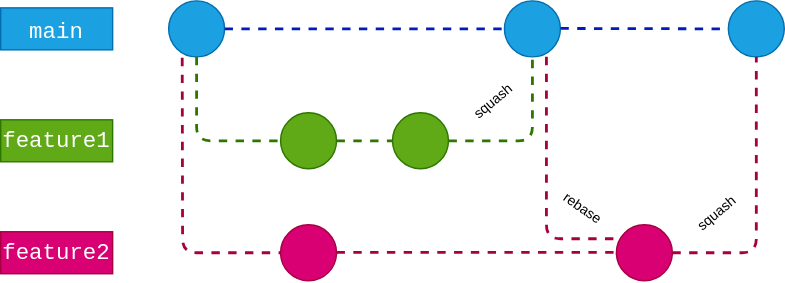
Above: src/img/feature_branches.drawio.svg in heliconialabs/abapgit-flow (draw.io), before the change. Source tidied: cells renumbered, new cells last; positions are measured from the earlier drawing's top-left corner, leaving out a move shared by most shapes.
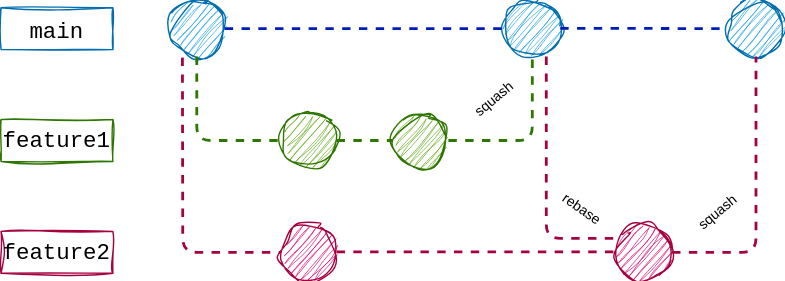
The same file after the commit.

Diff of the diagram source:
```diff
@@ -2,19 +2,19 @@
   <root>
     <mxCell id="0" />
     <mxCell id="1" parent="0" />
-    <mxCell id="2" style="ellipse;whiteSpace=wrap;html=1;hachureGap=4;fontFamily=Architects Daughter;fontSource=https%3A%2F%2Ffonts.googleapis.com%2Fcss%3Ffamily%3DArchitects%2BDaughter;fontSize=20;fillColor=#1ba1e2;fontColor=#ffffff;strokeColor=#006EAF;" parent="1" vertex="1">
+    <mxCell id="2" style="ellipse;whiteSpace=wrap;html=1;hachureGap=4;fontFamily=Architects Daughter;fontSource=https%3A%2F%2Ffonts.googleapis.com%2Fcss%3Ffamily%3DArchitects%2BDaughter;fontSize=20;fillColor=#1ba1e2;fontColor=#ffffff;strokeColor=#006EAF;sketch=1;curveFitting=1;jiggle=2;" parent="1" vertex="1">
       <mxGeometry x="120" width="40" height="40" as="geometry" />
     </mxCell>
-    <mxCell id="3" style="ellipse;whiteSpace=wrap;html=1;hachureGap=4;fontFamily=Architects Daughter;fontSource=https%3A%2F%2Ffonts.googleapis.com%2Fcss%3Ffamily%3DArchitects%2BDaughter;fontSize=20;fillColor=#1ba1e2;fontColor=#ffffff;strokeColor=#006EAF;" parent="1" vertex="1">
+    <mxCell id="3" style="ellipse;whiteSpace=wrap;html=1;hachureGap=4;fontFamily=Architects Daughter;fontSource=https%3A%2F%2Ffonts.googleapis.com%2Fcss%3Ffamily%3DArchitects%2BDaughter;fontSize=20;fillColor=#1ba1e2;fontColor=#ffffff;strokeColor=#006EAF;sketch=1;curveFitting=1;jiggle=2;" parent="1" vertex="1">
       <mxGeometry x="360" width="40" height="40" as="geometry" />
     </mxCell>
-    <mxCell id="4" value="&lt;font style=&quot;font-size: 16px;&quot; face=&quot;Courier New&quot;&gt;main&lt;/font&gt;" style="rounded=0;whiteSpace=wrap;html=1;sketch=0;hachureGap=4;jiggle=2;curveFitting=1;fontFamily=Architects Daughter;fontSource=https%3A%2F%2Ffonts.googleapis.com%2Fcss%3Ffamily%3DArchitects%2BDaughter;fontSize=20;fillColor=#1ba1e2;fontColor=#ffffff;strokeColor=#006EAF;" parent="1" vertex="1">
+    <mxCell id="4" value="&lt;font style=&quot;font-size: 16px;&quot; face=&quot;Courier New&quot;&gt;main&lt;/font&gt;" style="rounded=0;whiteSpace=wrap;html=1;sketch=1;hachureGap=4;jiggle=2;curveFitting=1;fontFamily=Architects Daughter;fontSource=https%3A%2F%2Ffonts.googleapis.com%2Fcss%3Ffamily%3DArchitects%2BDaughter;fontSize=20;fillColor=none;fontColor=#000000;strokeColor=#006EAF;" parent="1" vertex="1">
       <mxGeometry y="5" width="80" height="30" as="geometry" />
     </mxCell>
-    <mxCell id="5" style="ellipse;whiteSpace=wrap;html=1;hachureGap=4;fontFamily=Architects Daughter;fontSource=https%3A%2F%2Ffonts.googleapis.com%2Fcss%3Ffamily%3DArchitects%2BDaughter;fontSize=20;fillColor=#60a917;fontColor=#ffffff;strokeColor=#2D7600;" parent="1" vertex="1">
+    <mxCell id="5" style="ellipse;whiteSpace=wrap;html=1;hachureGap=4;fontFamily=Architects Daughter;fontSource=https%3A%2F%2Ffonts.googleapis.com%2Fcss%3Ffamily%3DArchitects%2BDaughter;fontSize=20;fillColor=#60a917;fontColor=#ffffff;strokeColor=#2D7600;sketch=1;curveFitting=1;jiggle=2;" parent="1" vertex="1">
       <mxGeometry x="200" y="80" width="40" height="40" as="geometry" />
     </mxCell>
-    <mxCell id="6" style="ellipse;whiteSpace=wrap;html=1;hachureGap=4;fontFamily=Architects Daughter;fontSource=https%3A%2F%2Ffonts.googleapis.com%2Fcss%3Ffamily%3DArchitects%2BDaughter;fontSize=20;fillColor=#60a917;fontColor=#ffffff;strokeColor=#2D7600;" parent="1" vertex="1">
+    <mxCell id="6" style="ellipse;whiteSpace=wrap;html=1;hachureGap=4;fontFamily=Architects Daughter;fontSource=https%3A%2F%2Ffonts.googleapis.com%2Fcss%3Ffamily%3DArchitects%2BDaughter;fontSize=20;fillColor=#60a917;fontColor=#ffffff;strokeColor=#2D7600;sketch=1;curveFitting=1;jiggle=2;" parent="1" vertex="1">
       <mxGeometry x="280" y="80" width="40" height="40" as="geometry" />
     </mxCell>
     <mxCell id="7" style="endArrow=none;dashed=1;html=1;strokeWidth=2;sketch=0;hachureGap=4;jiggle=2;curveFitting=1;fontFamily=Courier New;fontSize=16;exitX=0.5;exitY=1;exitDx=0;exitDy=0;entryX=0;entryY=0.5;entryDx=0;entryDy=0;fillColor=#60a917;strokeColor=#2D7600;" parent="1" edge="1" source="2" target="5">
@@ -42,13 +42,13 @@
         <mxPoint x="-29" y="7" as="offset" />
       </mxGeometry>
     </mxCell>
-    <mxCell id="12" value="&lt;font face=&quot;Courier New&quot; style=&quot;font-size: 16px;&quot;&gt;feature1&lt;/font&gt;" style="rounded=0;whiteSpace=wrap;html=1;sketch=0;hachureGap=4;jiggle=2;curveFitting=1;fontFamily=Architects Daughter;fontSource=https%3A%2F%2Ffonts.googleapis.com%2Fcss%3Ffamily%3DArchitects%2BDaughter;fontSize=16;fillColor=#60a917;fontColor=#ffffff;strokeColor=#2D7600;" parent="1" vertex="1">
+    <mxCell id="12" value="&lt;font face=&quot;Courier New&quot; style=&quot;font-size: 16px;&quot;&gt;feature1&lt;/font&gt;" style="rounded=0;whiteSpace=wrap;html=1;sketch=1;hachureGap=4;jiggle=2;curveFitting=1;fontFamily=Architects Daughter;fontSource=https%3A%2F%2Ffonts.googleapis.com%2Fcss%3Ffamily%3DArchitects%2BDaughter;fontSize=16;fillColor=none;fontColor=#000000;strokeColor=#2D7600;" parent="1" vertex="1">
       <mxGeometry y="85" width="80" height="30" as="geometry" />
     </mxCell>
-    <mxCell id="13" value="&lt;font face=&quot;Courier New&quot; style=&quot;font-size: 16px;&quot;&gt;feature2&lt;/font&gt;" style="rounded=0;whiteSpace=wrap;html=1;sketch=0;hachureGap=4;jiggle=2;curveFitting=1;fontFamily=Architects Daughter;fontSource=https%3A%2F%2Ffonts.googleapis.com%2Fcss%3Ffamily%3DArchitects%2BDaughter;fontSize=16;fillColor=#d80073;fontColor=#ffffff;strokeColor=#A50040;" parent="1" vertex="1">
+    <mxCell id="13" value="&lt;font face=&quot;Courier New&quot; style=&quot;font-size: 16px;&quot;&gt;feature2&lt;/font&gt;" style="rounded=0;whiteSpace=wrap;html=1;sketch=1;hachureGap=4;jiggle=2;curveFitting=1;fontFamily=Architects Daughter;fontSource=https%3A%2F%2Ffonts.googleapis.com%2Fcss%3Ffamily%3DArchitects%2BDaughter;fontSize=16;fillColor=none;fontColor=#000000;strokeColor=#A50040;" parent="1" vertex="1">
       <mxGeometry y="165" width="80" height="30" as="geometry" />
     </mxCell>
-    <mxCell id="14" style="ellipse;whiteSpace=wrap;html=1;hachureGap=4;fontFamily=Architects Daughter;fontSource=https%3A%2F%2Ffonts.googleapis.com%2Fcss%3Ffamily%3DArchitects%2BDaughter;fontSize=20;fillColor=#d80073;fontColor=#ffffff;strokeColor=#A50040;" parent="1" vertex="1">
+    <mxCell id="14" style="ellipse;whiteSpace=wrap;html=1;hachureGap=4;fontFamily=Architects Daughter;fontSource=https%3A%2F%2Ffonts.googleapis.com%2Fcss%3Ffamily%3DArchitects%2BDaughter;fontSize=20;fillColor=#d80073;fontColor=#ffffff;strokeColor=#A50040;sketch=1;curveFitting=1;jiggle=2;" parent="1" vertex="1">
       <mxGeometry x="200" y="160" width="40" height="40" as="geometry" />
     </mxCell>
     <mxCell id="15" style="endArrow=none;dashed=1;html=1;strokeWidth=2;sketch=0;hachureGap=4;jiggle=2;curveFitting=1;fontFamily=Courier New;fontSize=16;exitX=0.243;exitY=1.018;exitDx=0;exitDy=0;entryX=0;entryY=0.5;entryDx=0;entryDy=0;fillColor=#d80073;strokeColor=#A50040;exitPerimeter=0;" parent="1" edge="1" source="2">
@@ -59,7 +59,7 @@
         </Array>
       </mxGeometry>
     </mxCell>
-    <mxCell id="16" style="ellipse;whiteSpace=wrap;html=1;hachureGap=4;fontFamily=Architects Daughter;fontSource=https%3A%2F%2Ffonts.googleapis.com%2Fcss%3Ffamily%3DArchitects%2BDaughter;fontSize=20;fillColor=#d80073;fontColor=#ffffff;strokeColor=#A50040;" parent="1" vertex="1">
+    <mxCell id="16" style="ellipse;whiteSpace=wrap;html=1;hachureGap=4;fontFamily=Architects Daughter;fontSource=https%3A%2F%2Ffonts.googleapis.com%2Fcss%3Ffamily%3DArchitects%2BDaughter;fontSize=20;fillColor=#d80073;fontColor=#ffffff;strokeColor=#A50040;sketch=1;curveFitting=1;jiggle=2;" parent="1" vertex="1">
       <mxGeometry x="440" y="160" width="40" height="40" as="geometry" />
     </mxCell>
     <mxCell id="17" style="endArrow=none;dashed=1;html=1;strokeWidth=2;sketch=0;hachureGap=4;jiggle=2;curveFitting=1;fontFamily=Courier New;fontSize=16;exitX=1;exitY=0.5;exitDx=0;exitDy=0;entryX=0;entryY=0.5;entryDx=0;entryDy=0;fillColor=#d80073;strokeColor=#A50040;" parent="1" edge="1">
@@ -68,7 +68,7 @@
         <mxPoint x="440" y="179.7" as="targetPoint" />
       </mxGeometry>
     </mxCell>
-    <mxCell id="18" style="ellipse;whiteSpace=wrap;html=1;hachureGap=4;fontFamily=Architects Daughter;fontSource=https%3A%2F%2Ffonts.googleapis.com%2Fcss%3Ffamily%3DArchitects%2BDaughter;fontSize=20;fillColor=#1ba1e2;fontColor=#ffffff;strokeColor=#006EAF;" parent="1" vertex="1">
+    <mxCell id="18" style="ellipse;whiteSpace=wrap;html=1;hachureGap=4;fontFamily=Architects Daughter;fontSource=https%3A%2F%2Ffonts.googleapis.com%2Fcss%3Ffamily%3DArchitects%2BDaughter;fontSize=20;fillColor=#1ba1e2;fontColor=#ffffff;strokeColor=#006EAF;sketch=1;curveFitting=1;jiggle=2;" parent="1" vertex="1">
       <mxGeometry x="520" width="40" height="40" as="geometry" />
     </mxCell>
     <mxCell id="19" style="endArrow=none;dashed=1;html=1;strokeWidth=2;sketch=0;hachureGap=4;jiggle=2;curveFitting=1;fontFamily=Courier New;fontSize=16;exitX=1;exitY=0.5;exitDx=0;exitDy=0;fillColor=#0050ef;strokeColor=#001DBC;entryX=0;entryY=0.5;entryDx=0;entryDy=0;" parent="1" edge="1" target="18">
```
